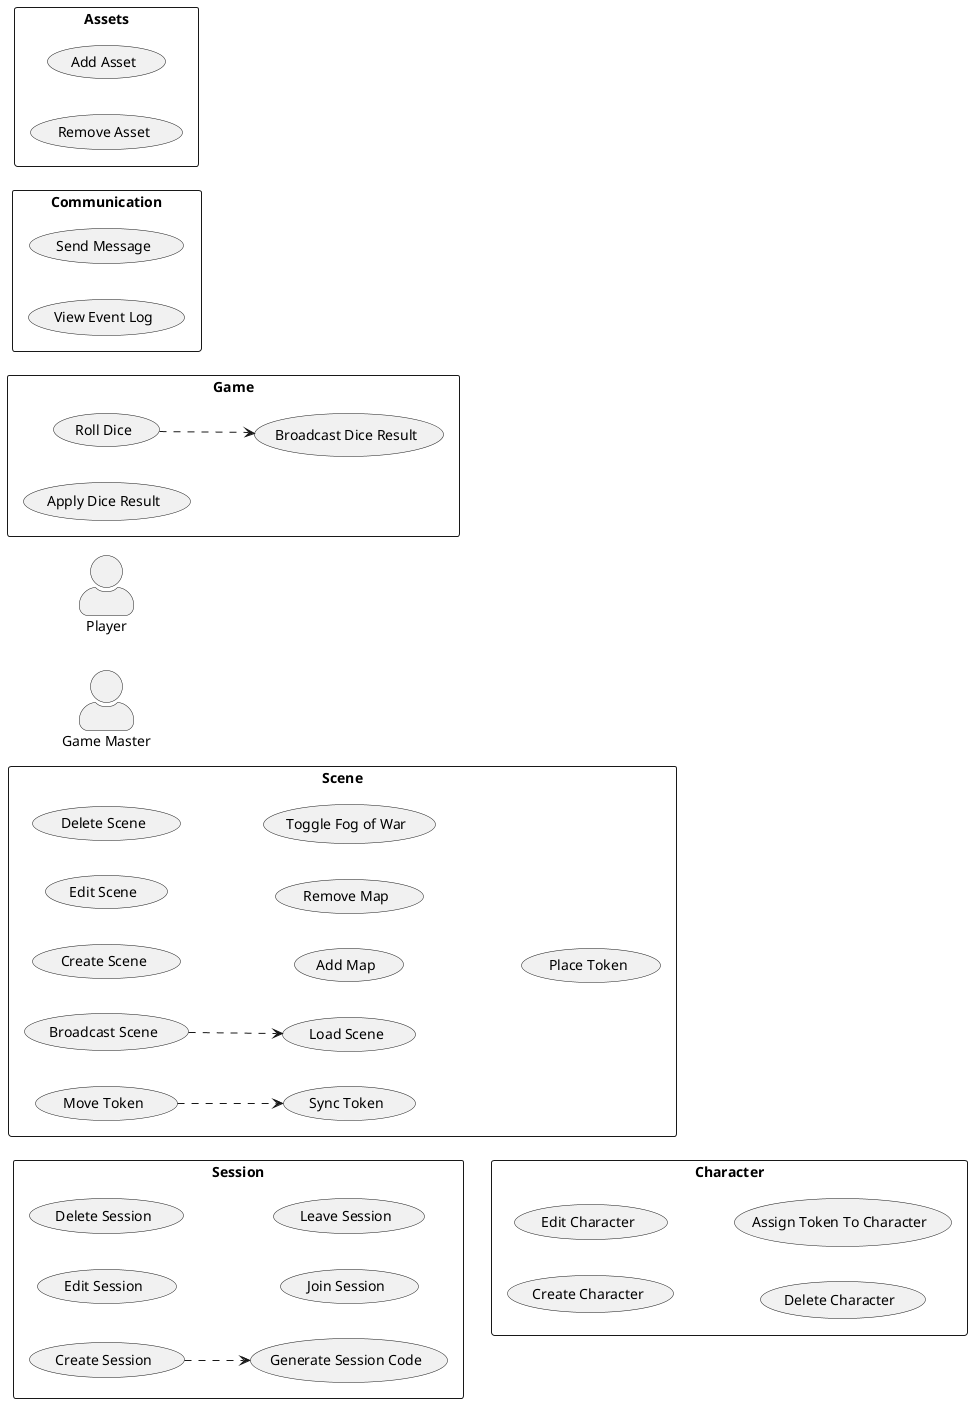
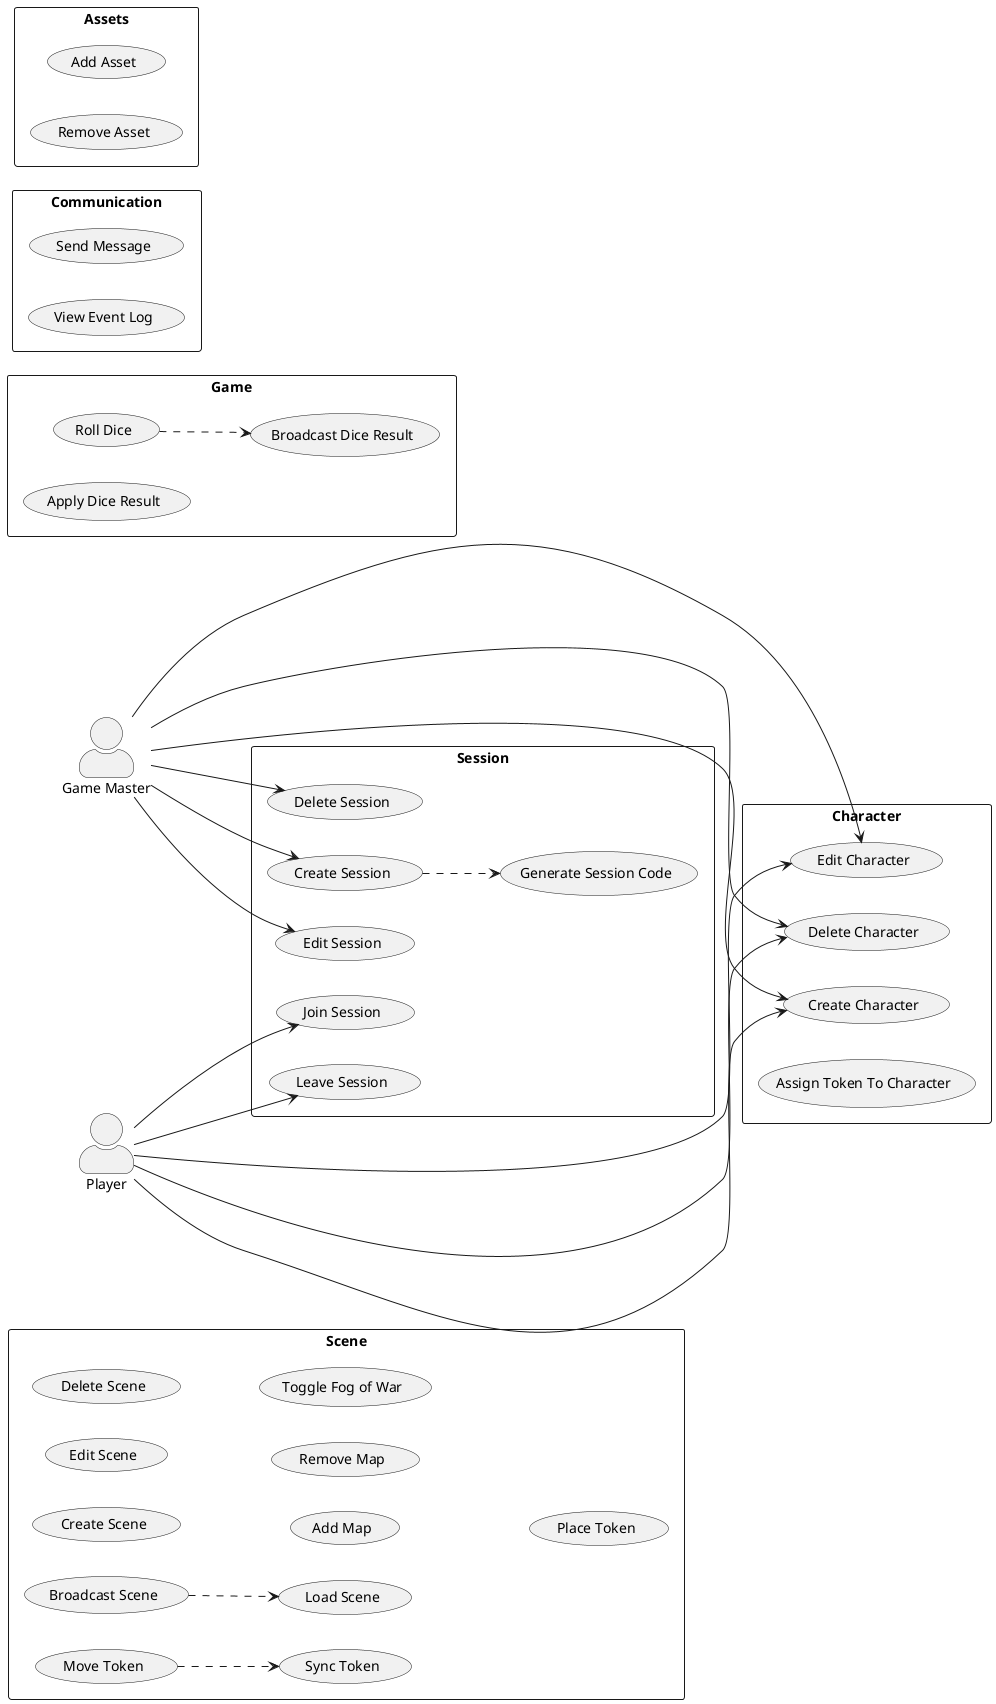
@startuml
left to right direction
skinparam packageStyle rectangle
skinparam actorStyle awesome

- actor "Game Master"
- actor "Player"
+ actor "Game Master"						as GM
+ actor "Player" 							as PL

package "Session" {
	usecase "Create Session"			as CS
	usecase "Edit Session"				as ES
	usecase "Delete Session"			as DS
	usecase "Generate Session Code"		as GSC

	CS ..> GSC  <<include>>

	usecase "Join Session"				as JS
	usecase "Leave Session"				as LS
}

package "Scene" {
	usecase "Create Scene"				as CSC
	usecase "Edit Scene"				as ESC
	usecase "Delete Scene"				as DSC

	usecase "Broadcast Scene"			as BSC

	usecase "Add Map"					as AM
	usecase "Remove Map"				as RM

	usecase "Toggle Fog of War"			as TFOW

	usecase "Place Token"				as PT
	usecase "Move Token"				as MT

	usecase "Load Scene"				as LSC

	usecase "Sync Token"				as ST

	BSC ..> LSC <<include>>
	MT ..> ST <<include>>
}

package "Character" {
	usecase "Create Character"			as CC
	usecase "Edit Character"			as EC
	usecase "Delete Character"			as DC

	usecase "Assign Token To Character" as ATTC
}

package "Game" {
	usecase "Roll Dice"					as RD
	usecase "Apply Dice Result"			as ADR
	usecase "Broadcast Dice Result"		as BDR
	RD ..> BDR <<include>>
}

package "Communication" {
	usecase "Send Message"				as SM
	usecase "View Event Log"			as VEL
}

package "Assets" {
	usecase "Add Asset"					as AA
	usecase "Remove Asset"				as RA
}

- @enduml+ 
+ GM --> CS
+ GM --> ES
+ GM --> DS
+ 
+ PL --> JS
+ PL --> LS
+ 
+ GM ----> CC
+ GM ----> EC
+ GM ----> DC
+ 
+ PL ----> CC
+ PL ----> EC
+ PL ----> DC
+ 
+ @enduml
